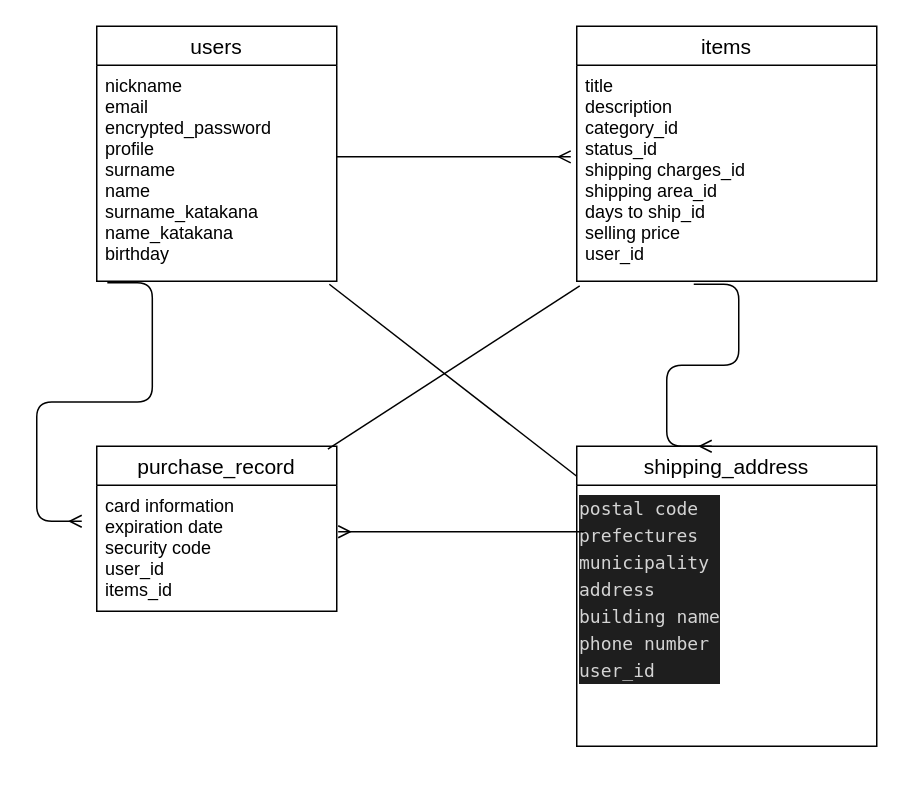
Above: ER.dio in sasasa555/furima-34585 (draw.io), before the change. Source tidied: cells renumbered, new cells numbered last; positions are measured from the earlier drawing's top-left corner, leaving out a move shared by most shapes. Both pictures are drawn from the tidied source at 150%, with x=0, y=0 at pixel (81, 26).
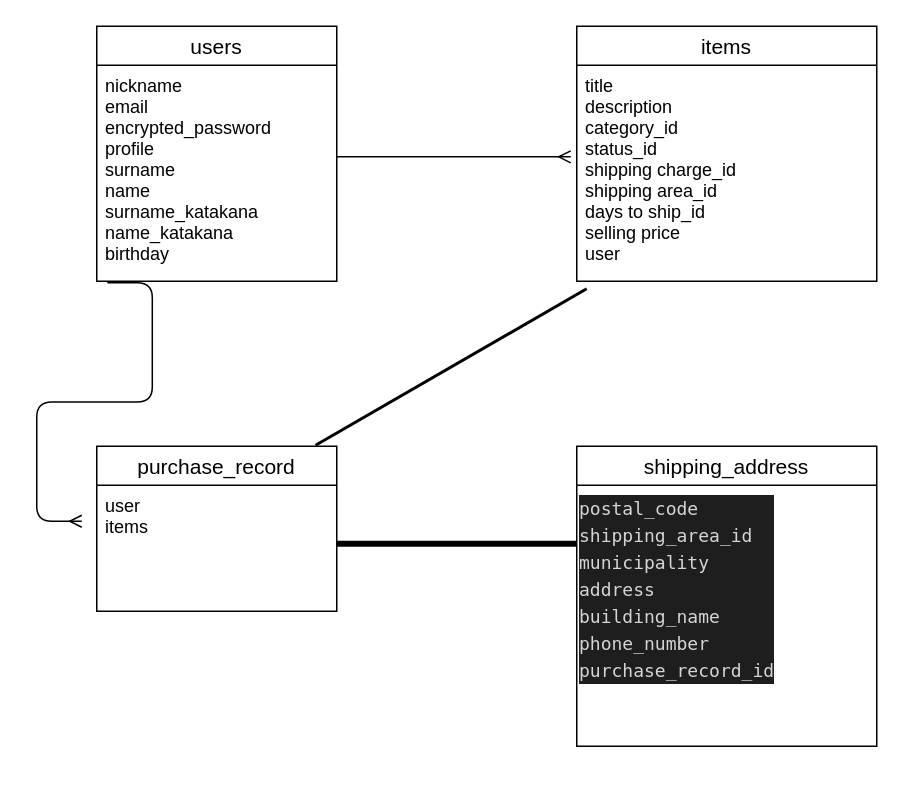
The same page after the edit.

Commit message (it also covers changes not shown here):
テーブル設計直し

Unchanged cells that the change refers to:
```xml
<mxCell id="3" value="nickname&#10;email&#10;encrypted_password&#10;profile&#10;surname&#10;name &#10;surname_katakana &#10;name_katakana&#10;birthday" style="text;strokeColor=none;fillColor=none;spacingLeft=4;spacingRight=4;overflow=hidden;points=[[0,0.5],[1,0.5]];portConstraint=eastwest;fontSize=12;" parent="2" vertex="1">
  <mxGeometry y="26" width="160" height="144" as="geometry" />
</mxCell>
<mxCell id="4" value="items" style="swimlane;fontStyle=0;horizontal=1;startSize=26;align=center;fontSize=14;" parent="1" vertex="1">
  <mxGeometry x="330" width="200" height="170" as="geometry" />
</mxCell>
<mxCell id="6" value="purchase_record " style="swimlane;fontStyle=0;horizontal=1;startSize=26;align=center;fontSize=14;" parent="1" vertex="1">
  <mxGeometry x="10" y="280" width="160" height="110" as="geometry" />
</mxCell>
<mxCell id="8" value="shipping_address" style="swimlane;fontStyle=0;horizontal=1;startSize=26;align=center;fontSize=14;" parent="1" vertex="1">
  <mxGeometry x="330" y="280" width="200" height="200" as="geometry" />
</mxCell>
```

Diff of the diagram source:
```diff
@@
-    <mxCell id="5" value="title&#10;description&#10;category_id&#10;status_id &#10;shipping charges_id&#10;shipping area_id &#10;days to ship_id &#10;selling price&#10;user_id " style="text;strokeColor=none;fillColor=none;spacingLeft=4;spacingRight=4;overflow=hidden;points=[[0,0.5],[1,0.5]];portConstraint=eastwest;fontSize=12;" parent="4" vertex="1">
+    <mxCell id="5" value="title&#10;description&#10;category_id&#10;status_id &#10;shipping charge_id&#10;shipping area_id &#10;days to ship_id &#10;selling price&#10;user " style="text;strokeColor=none;fillColor=none;spacingLeft=4;spacingRight=4;overflow=hidden;points=[[0,0.5],[1,0.5]];portConstraint=eastwest;fontSize=12;" parent="4" vertex="1">
       <mxGeometry y="26" width="200" height="144" as="geometry" />
     </mxCell>
@@
-    <mxCell id="7" value="card information&#10;expiration date &#10;security code&#10;user_id &#10;items_id" style="text;strokeColor=none;fillColor=none;spacingLeft=4;spacingRight=4;overflow=hidden;points=[[0,0.5],[1,0.5]];portConstraint=eastwest;fontSize=12;" parent="6" vertex="1">
+    <mxCell id="7" value="user&#10;items" style="text;strokeColor=none;fillColor=none;spacingLeft=4;spacingRight=4;overflow=hidden;points=[[0,0.5],[1,0.5]];portConstraint=eastwest;fontSize=12;" parent="6" vertex="1">
       <mxGeometry y="26" width="160" height="84" as="geometry" />
     </mxCell>
@@
-    <mxCell id="10" value="&lt;div style=&quot;color: rgb(212 , 212 , 212) ; background-color: rgb(30 , 30 , 30) ; font-family: &amp;#34;menlo&amp;#34; , &amp;#34;monaco&amp;#34; , &amp;#34;courier new&amp;#34; , monospace ; font-weight: normal ; font-size: 12px ; line-height: 18px&quot;&gt;&lt;div style=&quot;font-family: &amp;#34;menlo&amp;#34; , &amp;#34;monaco&amp;#34; , &amp;#34;courier new&amp;#34; , monospace ; line-height: 18px&quot;&gt;&lt;div&gt;postal code&lt;/div&gt;&lt;div&gt;prefectures&lt;/div&gt;&lt;div&gt;municipality&lt;/div&gt;&lt;div&gt;address&lt;/div&gt;&lt;div&gt;building name&lt;/div&gt;&lt;div&gt;phone number&lt;/div&gt;&lt;div&gt;user_id&lt;/div&gt;&lt;/div&gt;&lt;/div&gt;" style="text;whiteSpace=wrap;html=1;" parent="8" vertex="1">
+    <mxCell id="10" value="&lt;div style=&quot;color: rgb(212 , 212 , 212) ; background-color: rgb(30 , 30 , 30) ; font-family: &amp;#34;menlo&amp;#34; , &amp;#34;monaco&amp;#34; , &amp;#34;courier new&amp;#34; , monospace ; font-weight: normal ; font-size: 12px ; line-height: 18px&quot;&gt;&lt;div style=&quot;font-family: &amp;#34;menlo&amp;#34; , &amp;#34;monaco&amp;#34; , &amp;#34;courier new&amp;#34; , monospace ; line-height: 18px&quot;&gt;&lt;div&gt;postal_code&lt;/div&gt;&lt;div&gt;&lt;div style=&quot;font-family: &amp;#34;menlo&amp;#34; , &amp;#34;monaco&amp;#34; , &amp;#34;courier new&amp;#34; , monospace ; line-height: 18px&quot;&gt;shipping_area_id&lt;/div&gt;&lt;/div&gt;&lt;div&gt;municipality&lt;/div&gt;&lt;div&gt;address&lt;/div&gt;&lt;div&gt;building_name&lt;/div&gt;&lt;div&gt;phone_number&lt;/div&gt;&lt;div&gt;&lt;div style=&quot;font-family: &amp;#34;menlo&amp;#34; , &amp;#34;monaco&amp;#34; , &amp;#34;courier new&amp;#34; , monospace ; line-height: 18px&quot;&gt;purchase_record_id&lt;/div&gt;&lt;/div&gt;&lt;/div&gt;&lt;/div&gt;" style="text;whiteSpace=wrap;html=1;" parent="8" vertex="1">
       <mxGeometry y="26" width="200" height="174" as="geometry" />
     </mxCell>
@@
-    <mxCell id="14" style="endArrow=none;html=1;rounded=0;exitX=0.969;exitY=1.014;exitDx=0;exitDy=0;exitPerimeter=0;" parent="1" edge="1" source="3">
-      <mxGeometry relative="1" as="geometry">
-        <mxPoint x="330" y="300" as="targetPoint" />
-      </mxGeometry>
-    </mxCell>
-    <mxCell id="15" style="endArrow=none;html=1;rounded=0;entryX=0.01;entryY=1.021;entryDx=0;entryDy=0;entryPerimeter=0;exitX=0.963;exitY=0.018;exitDx=0;exitDy=0;exitPerimeter=0;" parent="1" edge="1" source="6" target="5">
-      <mxGeometry relative="1" as="geometry" />
-    </mxCell>
-    <mxCell id="16" style="edgeStyle=entityRelationEdgeStyle;fontSize=12;html=1;endArrow=ERmany;entryX=0.45;entryY=0;entryDx=0;entryDy=0;entryPerimeter=0;exitX=0.39;exitY=1.014;exitDx=0;exitDy=0;exitPerimeter=0;" parent="1" edge="1" source="5" target="8">
-      <mxGeometry relative="1" as="geometry" />
-    </mxCell>
-    <mxCell id="17" style="edgeStyle=entityRelationEdgeStyle;fontSize=12;html=1;endArrow=ERmany;entryX=1.006;entryY=0.369;entryDx=0;entryDy=0;entryPerimeter=0;" parent="1" edge="1" target="7">
-      <mxGeometry relative="1" as="geometry">
-        <mxPoint x="310" y="337" as="sourcePoint" />
-      </mxGeometry>
-    </mxCell>
+    <mxCell id="18" style="line;strokeWidth=4;html=1;perimeter=backbonePerimeter;" parent="1" vertex="1">
+      <mxGeometry x="170" y="340" width="160" height="10" as="geometry" />
+    </mxCell>
+    <mxCell id="19" style="line;strokeWidth=2;html=1;rotation=-30;" parent="1" vertex="1">
+      <mxGeometry x="141.9" y="222.2" width="208.7" height="10" as="geometry" />
+    </mxCell>
```
